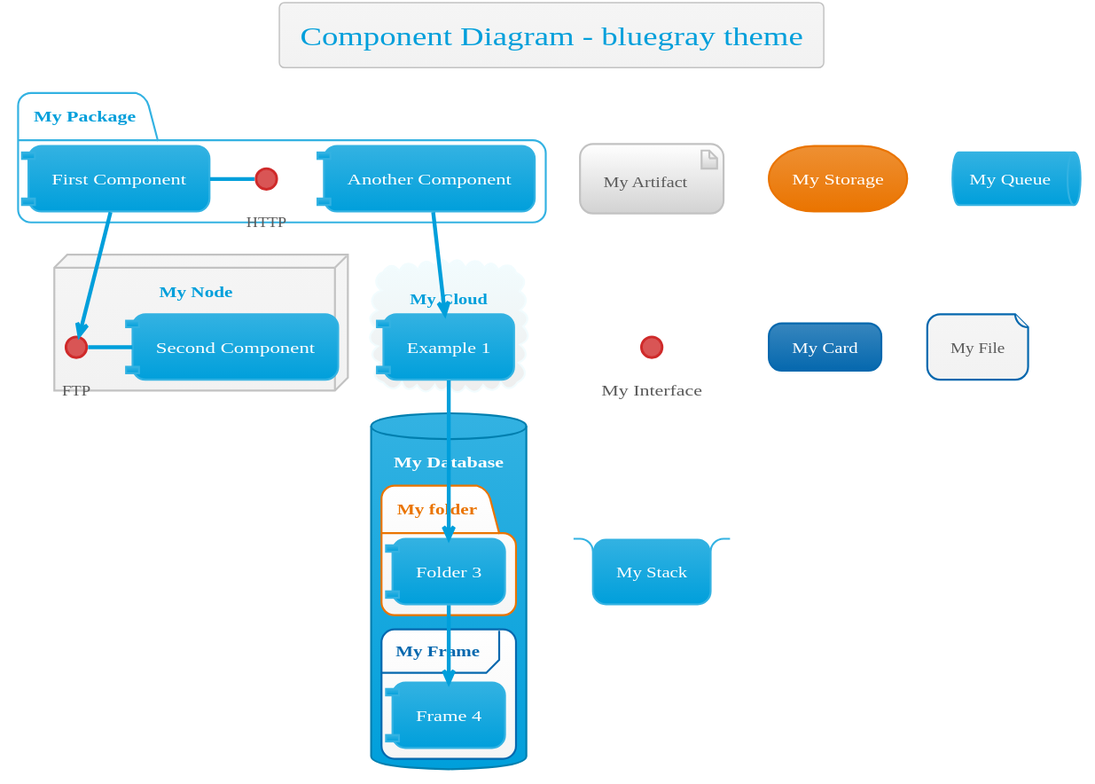
Before: themes/bluegray/component-ex.svg, a diagram exported from PlantUML (bschwarz/puml-themes).
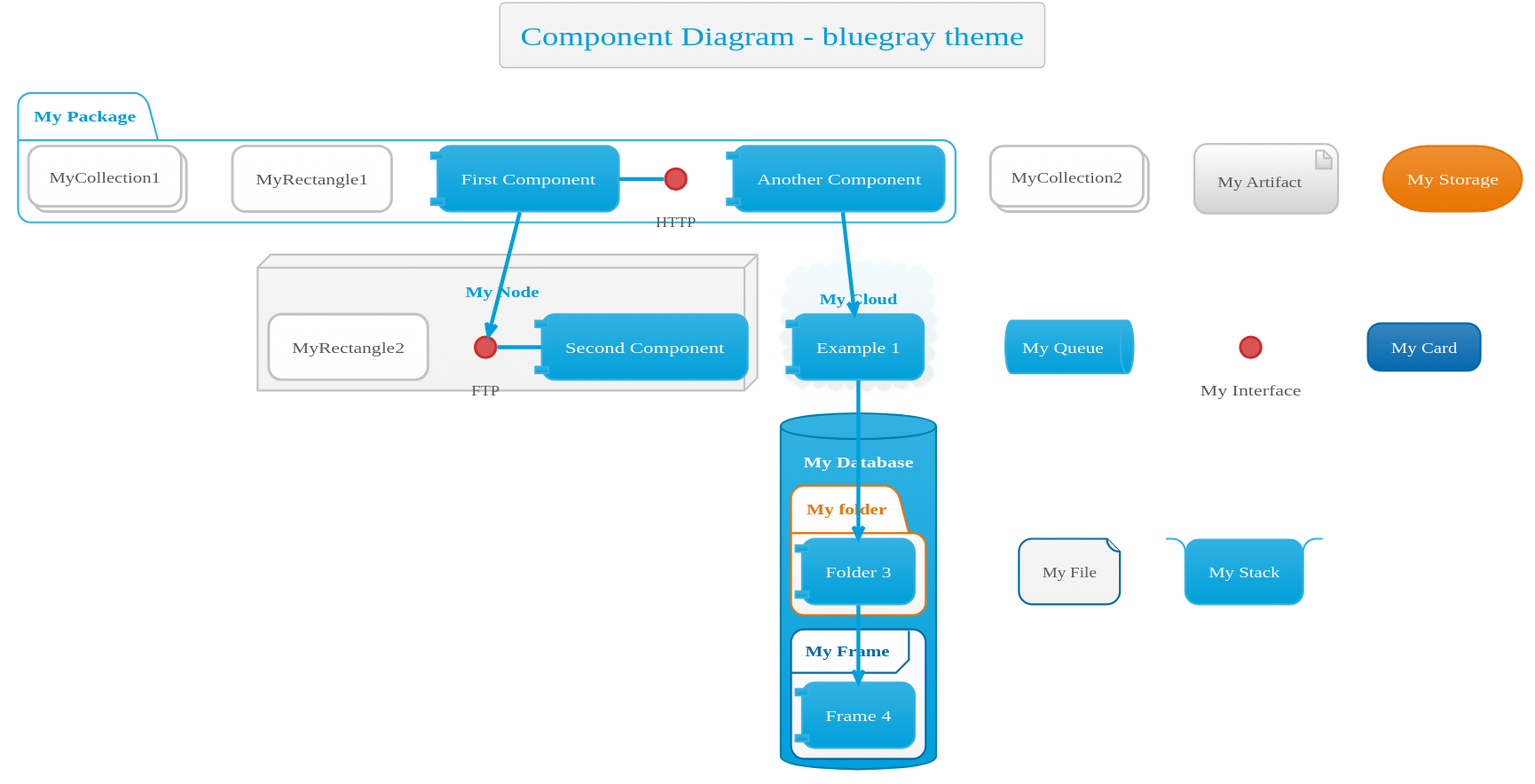
The same file after the commit.

Diff of the diagram source:
```diff
@@ -49,6 +49,7 @@
 	FontColor #5a5a5a
 }
 
+
 skinparam activity {
 	FontColor #fff
 	BorderColor #009fdb
@@ -61,25 +62,33 @@
 	DiamondFontColor #5a5a5a
 }
 
+
 skinparam participant {
-		FontColor #fff
+
+	FontColor #fff
 	BorderColor #33b2e2
 	BackgroundColor #33b2e2-#009fdb
+
 	ParticipantBorderThickness 2
 }
 
+
 skinparam actor {
-		FontColor #fff
+
+	FontColor #fff
 	BorderColor #33b2e2
 	BackgroundColor #33b2e2-#009fdb
+
 	FontColor #009fdb
 }
+
 
 skinparam arrow {
 	Thickness 3
 	Color #009fdb
 	FontColor #5a5a5a
 }
+
 
 skinparam sequence {
 	BorderColor #009fdb
@@ -106,44 +115,59 @@
 	ReferenceHeaderFontColor #0568ae
 }
 
+
 skinparam partition {
 	BorderColor #009fdb
 	FontColor #009fdb
 	BackgroundColor transparent
 }
 
+
 skinparam collections {
-		FontColor #fff
+
+	FontColor #fff
 	BorderColor #33b2e2
 	BackgroundColor #33b2e2-#009fdb
+
 }
 
+
 skinparam control {
-		FontColor #fff
+
+	FontColor #fff
 	BorderColor #33b2e2
 	BackgroundColor #33b2e2-#009fdb
+
 	FontColor #009fdb
 }
 
+
 skinparam entity {
-		FontColor #fff
+
+	FontColor #fff
 	BorderColor #33b2e2
 	BackgroundColor #33b2e2-#009fdb
+
 	FontColor #009fdb
 }
 
+
 skinparam boundary {
-		FontColor #fff
+
+	FontColor #fff
 	BorderColor #33b2e2
 	BackgroundColor #33b2e2-#009fdb
+
 	FontColor #009fdb
 }
+
 
 skinparam agent {
 	BackgroundColor #orange
 	BorderColor #999999
 	FontColor #333333
 }
+
 
 skinparam note {
 	BorderThickness 1
@@ -152,17 +176,22 @@
 	FontColor #fff
 }
 
+
 skinparam artifact {
 	BackgroundColor #fff-#d2d2d2
 	BorderColor #c2c2c2
 	FontColor #5a5a5a
 }
 
+
 skinparam component {
-		FontColor #fff
+
+	FontColor #fff
 	BorderColor #33b2e2
 	BackgroundColor #33b2e2-#009fdb
+
 }
+
 
 skinparam interface {
 	BackgroundColor  #d95555
@@ -170,11 +199,13 @@
 	FontColor #5a5a5a
 }
 
+
 skinparam storage {
 	BackgroundColor #ee9033-#ea7400
   	BorderColor #ea7400
 	FontColor #fff
 }
+
 
 skinparam node {
 	BackgroundColor #f5f5f5-#f2f2f2
@@ -182,23 +213,30 @@
 	FontColor #009fdb
 }
 
+
 skinparam cloud {
 	BackgroundColor #F2FCFE-#eeeeee
 	BorderColor #F2FCFE
 	FontColor #009fdb
 }
 
+
 skinparam database {
-		FontColor #fff
+
+	FontColor #fff
 	BorderColor #33b2e2
 	BackgroundColor #33b2e2-#009fdb
+
 	BorderColor #007faf
 }
 
+
 skinparam class {
-		FontColor #fff
+
+	FontColor #fff
 	BorderColor #33b2e2
 	BackgroundColor #33b2e2-#009fdb
+
 	HeaderBackgroundColor #33b2e2-#009fdb
 	StereotypeFontColor #5a5a5a
 	BorderThickness 1
@@ -206,31 +244,39 @@
 	AttributeFontSize 11
 }
 
+
 skinparam object {
-		FontColor #fff
+
+	FontColor #fff
 	BorderColor #33b2e2
 	BackgroundColor #33b2e2-#009fdb
+
 	StereotypeFontColor #5a5a5a
 	BorderThickness 1
 	AttributeFontColor #d2d2d2
 	AttributeFontSize 11
 }
 
+
 skinparam usecase {
-		FontColor #fff
+
+	FontColor #fff
 	BorderColor #33b2e2
 	BackgroundColor #33b2e2-#009fdb
+
 	BorderThickness 2
 	StereotypeFontColor #009fdb
 }
 
+
 skinparam rectangle {
 		FontColor #5a5a5a
 	BorderColor #c2c2c2
-	BackgroundColor #fff-#f5f5f5
+	BackgroundColor #fff-#fefefe
 	BorderThickness 2
 	StereotypeFontColor #009fdb
 }
+
 
 skinparam package {
 	FontColor #009fdb
@@ -239,12 +285,14 @@
 	BorderThickness 2
 }
 
+
 skinparam folder {
 	BackgroundColor #fff-#f5f5f5
   	BorderColor #ea7400
 	FontColor #ea7400
 	BorderThickness 2
 }
+
 
 skinparam frame {
 	BackgroundColor #fff-#f5f5f5
@@ -253,27 +301,35 @@
 	BorderThickness 2
 }
 
+
 skinparam state {
-		FontColor #fff
+
+	FontColor #fff
 	BorderColor #33b2e2
 	BackgroundColor #33b2e2-#009fdb
+
 	StartColor #0568ae
 	EndColor #0568ae
 	AttributeFontColor #d2d2d2
 	AttributeFontSize 11
 }
 
+
 skinparam queue {
-		FontColor #fff
+
+	FontColor #fff
 	BorderColor #33b2e2
 	BackgroundColor #33b2e2-#009fdb
+
 }
+
 
 skinparam card {
 	BackgroundColor #3786be-#0568ae
 	BorderColor #0568ae
 	FontColor #fff
 }
+
 
 skinparam file {
 	BackgroundColor #f5f5f5-#f2f2f2
@@ -282,10 +338,13 @@
 
 }
 
+
 skinparam stack {
-		FontColor #fff
+
+	FontColor #fff
 	BorderColor #33b2e2
 	BackgroundColor #33b2e2-#009fdb
+
 }
 
 title Component Diagram - bluegray theme
@@ -294,17 +353,21 @@
 package "My Package" {
   HTTP - [First Component]
   [Another Component]
+  rectangle MyRectangle1
+  collections MyCollection1
 }
 
 node "My Node" {
   FTP - [Second Component]
   [First Component] --> FTP
+  rectangle MyRectangle2
 }
 
 cloud "My Cloud" {
   [Example 1]
 }
 
+collections MyCollection2
 
 database "My Database" {
   folder "My folder" {
```
